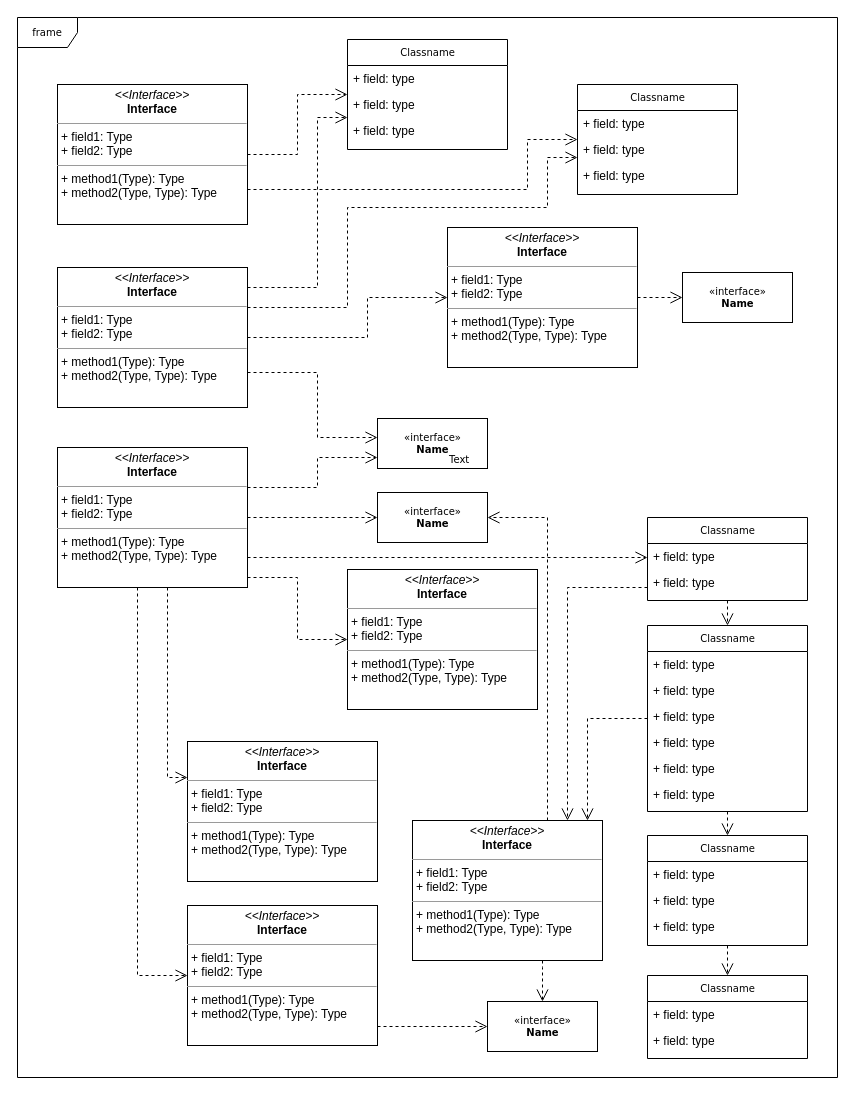
Before: Diagrama_Estacionamento.drawio in gsmartins96/FGA0158-TrabalhoPratico, a draw.io diagram. Source tidied: cells renumbered, new cells numbered last; positions are measured from the earlier drawing's top-left corner, leaving out a move shared by most shapes. Both pictures are drawn from the tidied source at 100%, with x=0, y=0 at pixel (17, 17).
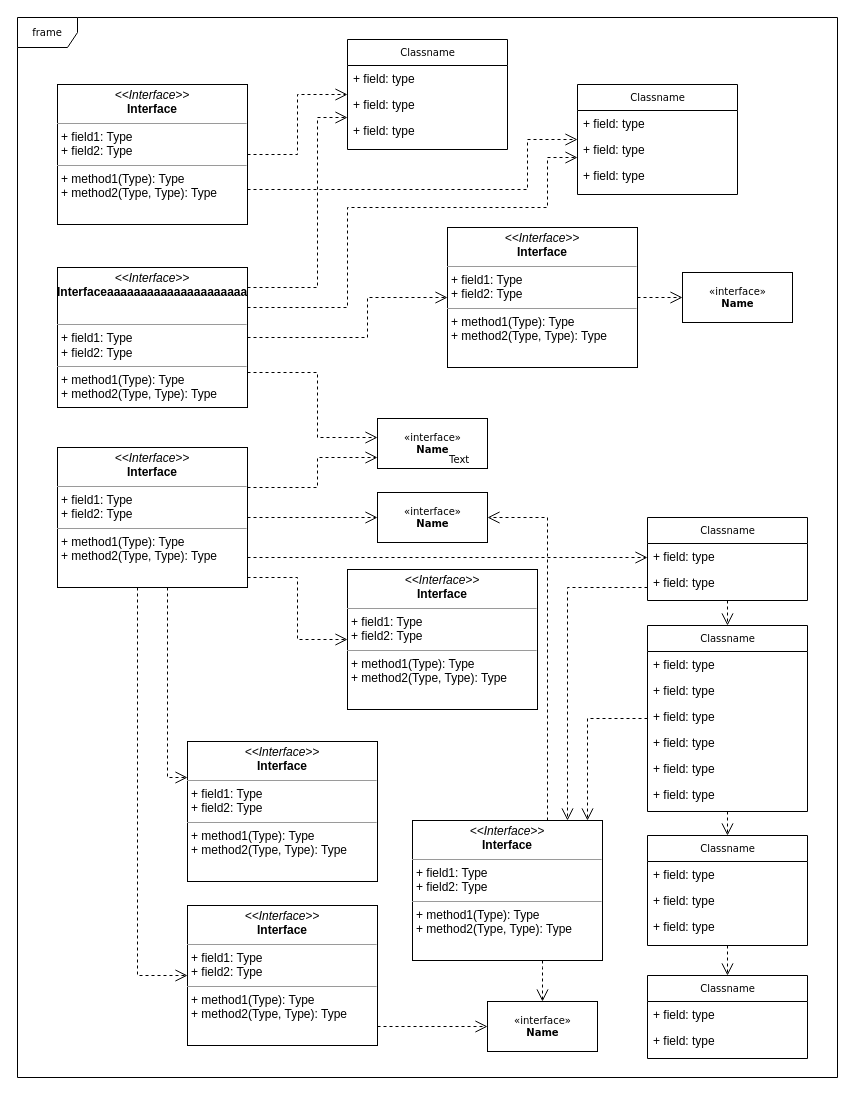
The same page after the edit.

Change to the diagram source:
```diff
@@
-    <mxCell id="53" value="&lt;p style=&quot;margin:0px;margin-top:4px;text-align:center;&quot;&gt;&lt;i&gt;&amp;lt;&amp;lt;Interface&amp;gt;&amp;gt;&lt;/i&gt;&lt;br/&gt;&lt;b&gt;Interface&lt;/b&gt;&lt;/p&gt;&lt;hr size=&quot;1&quot;/&gt;&lt;p style=&quot;margin:0px;margin-left:4px;&quot;&gt;+ field1: Type&lt;br/&gt;+ field2: Type&lt;/p&gt;&lt;hr size=&quot;1&quot;/&gt;&lt;p style=&quot;margin:0px;margin-left:4px;&quot;&gt;+ method1(Type): Type&lt;br/&gt;+ method2(Type, Type): Type&lt;/p&gt;" style="verticalAlign=top;align=left;overflow=fill;fontSize=12;fontFamily=Helvetica;html=1;rounded=0;shadow=0;comic=0;labelBackgroundColor=none;strokeWidth=1;" parent="1" vertex="1">
+    <mxCell id="53" value="&lt;p style=&quot;margin: 0px ; margin-top: 4px ; text-align: center&quot;&gt;&lt;i&gt;&amp;lt;&amp;lt;Interface&amp;gt;&amp;gt;&lt;/i&gt;&lt;br&gt;&lt;b&gt;Interfaceaaaaaaaaaaaaaaaaaaaaa&lt;/b&gt;&lt;/p&gt;&lt;p style=&quot;margin: 0px ; margin-top: 4px ; text-align: center&quot;&gt;&lt;b&gt;&lt;br&gt;&lt;/b&gt;&lt;/p&gt;&lt;hr size=&quot;1&quot;&gt;&lt;p style=&quot;margin: 0px ; margin-left: 4px&quot;&gt;+ field1: Type&lt;br&gt;+ field2: Type&lt;/p&gt;&lt;hr size=&quot;1&quot;&gt;&lt;p style=&quot;margin: 0px ; margin-left: 4px&quot;&gt;+ method1(Type): Type&lt;br&gt;+ method2(Type, Type): Type&lt;/p&gt;" style="verticalAlign=top;align=left;overflow=fill;fontSize=12;fontFamily=Helvetica;html=1;rounded=0;shadow=0;comic=0;labelBackgroundColor=none;strokeWidth=1;" parent="1" vertex="1">
       <mxGeometry x="40" y="250" width="190" height="140" as="geometry" />
     </mxCell>
```
